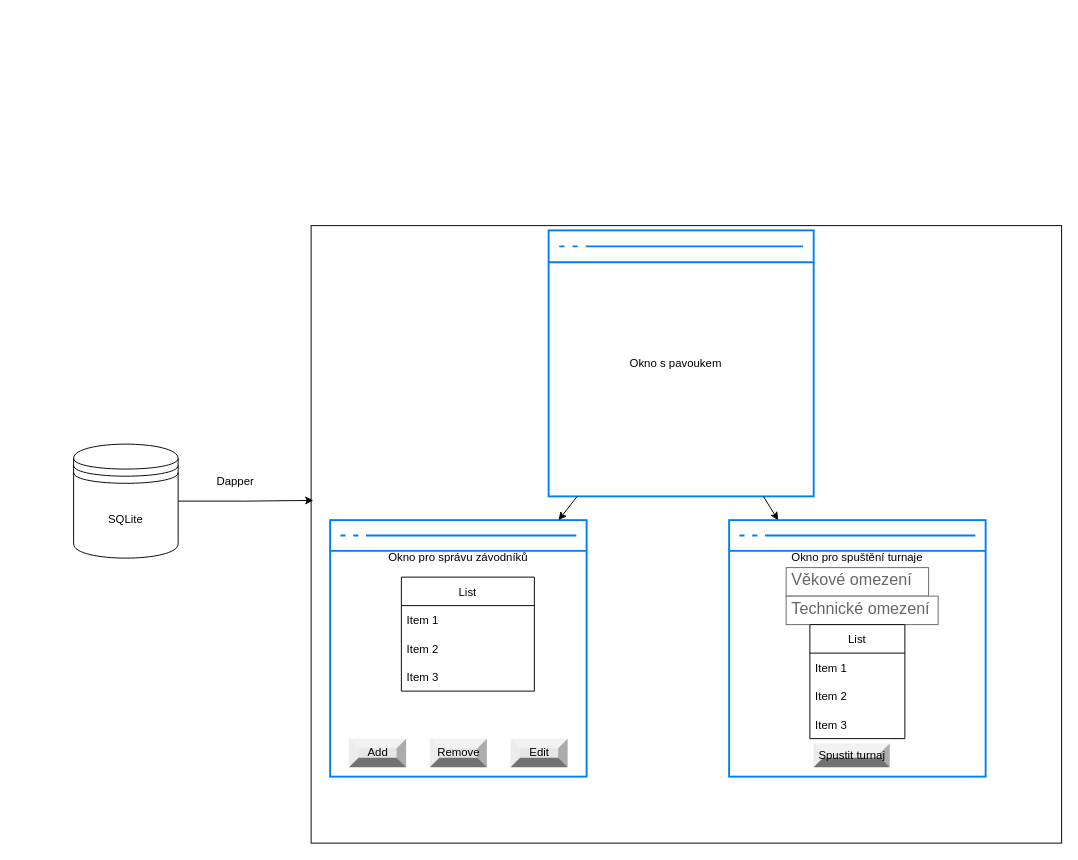
Above: AK8PO.drawio in GomiGz/AK8PO (draw.io), before the change. Source tidied: cells renumbered, new cells numbered last; positions are measured from the earlier drawing's top-left corner, leaving out a move shared by most shapes. Both pictures are drawn from the tidied source at 95%, with x=0, y=0 at pixel (73, 225).
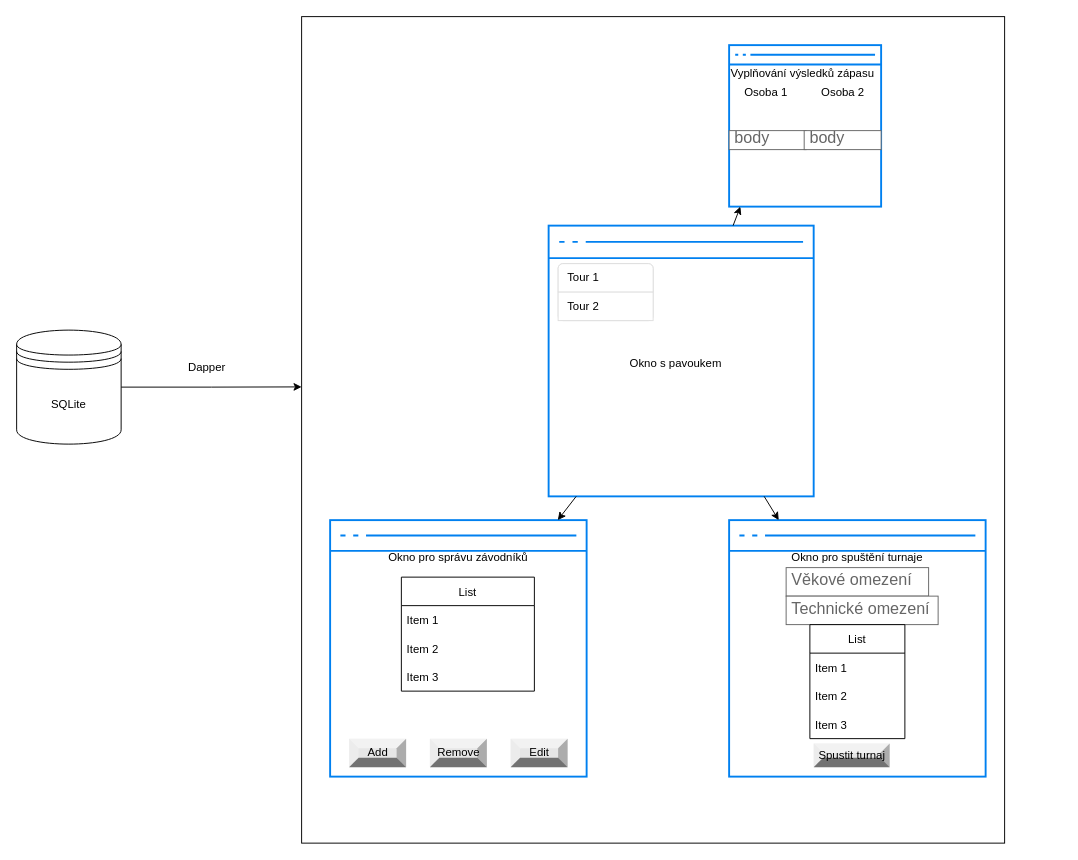
The same page after the edit.

Commit message:
Přidáno okno pro vyplnění bodů

What changed in the source:
```diff
@@
     <mxCell id="2" style="rounded=0;whiteSpace=wrap;html=1;" parent="1" vertex="1">
-      <mxGeometry x="250" width="790" height="650" as="geometry" />
+      <mxGeometry x="240" y="-220" width="740" height="870" as="geometry" />
     </mxCell>
     <mxCell id="3" style="html=1;verticalLabelPosition=bottom;align=center;labelBackgroundColor=#ffffff;verticalAlign=top;strokeWidth=2;strokeColor=#0080F0;shadow=0;dashed=0;shape=mxgraph.ios7.icons.window;" parent="1" vertex="1">
-      <mxGeometry x="500" y="5" width="279" height="280" as="geometry" />
+      <mxGeometry x="500" width="279" height="285" as="geometry" />
     </mxCell>
-    <mxCell id="4" style="edgeStyle=orthogonalEdgeStyle;rounded=0;jettySize=auto;html=1;entryX=0.003;entryY=0.445;entryDx=0;entryDy=0;entryPerimeter=0;" parent="1" edge="1" source="5" target="2">
+    <mxCell id="4" style="edgeStyle=orthogonalEdgeStyle;rounded=0;jettySize=auto;html=1;entryX=0;entryY=0.448;entryDx=0;entryDy=0;entryPerimeter=0;" parent="1" edge="1" source="5" target="2">
       <mxGeometry relative="1" as="geometry" />
     </mxCell>
     <mxCell id="5" value="SQLite" style="shape=datastore;whiteSpace=wrap;html=1;" parent="1" vertex="1">
-      <mxGeometry y="230" width="110" height="120" as="geometry" />
+      <mxGeometry x="-60" y="110" width="110" height="120" as="geometry" />
     </mxCell>
     <mxCell id="6" value="Dapper" style="text;html=1;align=center;verticalAlign=middle;strokeColor=none;fillColor=none;" parent="1" vertex="1">
-      <mxGeometry x="140" y="260" width="60" height="20" as="geometry" />
+      <mxGeometry x="110" y="140" width="60" height="20" as="geometry" />
     </mxCell>
@@
+    <mxCell id="28" style="html=1;verticalLabelPosition=bottom;align=center;labelBackgroundColor=#ffffff;verticalAlign=top;strokeWidth=2;strokeColor=#0080F0;shadow=0;dashed=0;shape=mxgraph.ios7.icons.window;" parent="1" vertex="1">
+      <mxGeometry x="690" y="-190" width="160" height="170" as="geometry" />
+    </mxCell>
+    <mxCell id="29" style="endArrow=classic;html=1;rounded=0;entryX=0.074;entryY=1;entryDx=0;entryDy=0;entryPerimeter=0;" parent="1" edge="1" source="3" target="28">
+      <mxGeometry relative="1" as="geometry" />
+    </mxCell>
+    <mxCell id="30" style="html=1;shadow=0;dashed=0;shape=mxgraph.bootstrap.rrect;rSize=5;strokeColor=#DFDFDF;html=1;whiteSpace=wrap;fillColor=#FFFFFF;fontColor=#000000;" parent="1" vertex="1">
+      <mxGeometry x="510" y="40" width="100" height="60" as="geometry" />
+    </mxCell>
+    <mxCell id="31" value="Tour 1" style="strokeColor=inherit;fillColor=inherit;gradientColor=inherit;fontColor=inherit;html=1;shadow=0;dashed=0;shape=mxgraph.bootstrap.topButton;rSize=5;perimeter=none;whiteSpace=wrap;align=left;spacing=10;" parent="30" vertex="1">
+      <mxGeometry width="100" height="30" relative="1" as="geometry" />
+    </mxCell>
+    <mxCell id="32" value="Tour 2" style="strokeColor=inherit;fillColor=inherit;gradientColor=inherit;fontColor=inherit;html=1;shadow=0;dashed=0;perimeter=none;whiteSpace=wrap;align=left;spacing=10;" parent="30" vertex="1">
+      <mxGeometry width="100" height="30" relative="1" as="geometry">
+        <mxPoint y="30" as="offset" />
+      </mxGeometry>
+    </mxCell>
+    <mxCell id="33" value="Vyplňování výsledků zápasu" style="text;html=1;strokeColor=none;fillColor=none;align=center;verticalAlign=middle;whiteSpace=wrap;rounded=0;" parent="1" vertex="1">
+      <mxGeometry x="685" y="-170" width="165" height="20" as="geometry" />
+    </mxCell>
+    <mxCell id="34" value="Osoba 1" style="text;html=1;strokeColor=none;fillColor=none;align=center;verticalAlign=middle;whiteSpace=wrap;rounded=0;" parent="1" vertex="1">
+      <mxGeometry x="679" y="-150" width="100" height="20" as="geometry" />
+    </mxCell>
+    <mxCell id="35" value="Osoba 2" style="text;html=1;strokeColor=none;fillColor=none;align=center;verticalAlign=middle;whiteSpace=wrap;rounded=0;" parent="1" vertex="1">
+      <mxGeometry x="759.5" y="-150" width="100" height="20" as="geometry" />
+    </mxCell>
+    <mxCell id="36" value="body" style="strokeWidth=1;shadow=0;dashed=0;align=center;html=1;shape=mxgraph.mockup.text.textBox;fontColor=#666666;align=left;fontSize=17;spacingLeft=4;spacingTop=-3;strokeColor=#666666;mainText=;" parent="1" vertex="1">
+      <mxGeometry x="690" y="-100" width="81" height="20" as="geometry" />
+    </mxCell>
+    <mxCell id="37" value="body" style="strokeWidth=1;shadow=0;dashed=0;align=center;html=1;shape=mxgraph.mockup.text.textBox;fontColor=#666666;align=left;fontSize=17;spacingLeft=4;spacingTop=-3;strokeColor=#666666;mainText=;" parent="1" vertex="1">
+      <mxGeometry x="769" y="-100" width="81" height="20" as="geometry" />
+    </mxCell>
```
